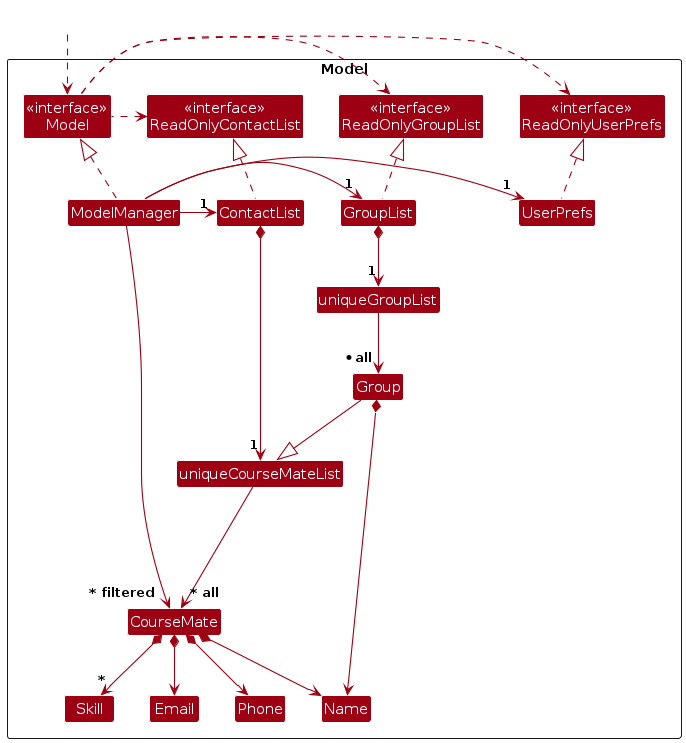
This is diagrams/ModelClassDiagram.png from benson1029/tp, a PlantUML export, as it was before one commit. Its source is kept beside it as diagrams/ModelClassDiagram.puml.
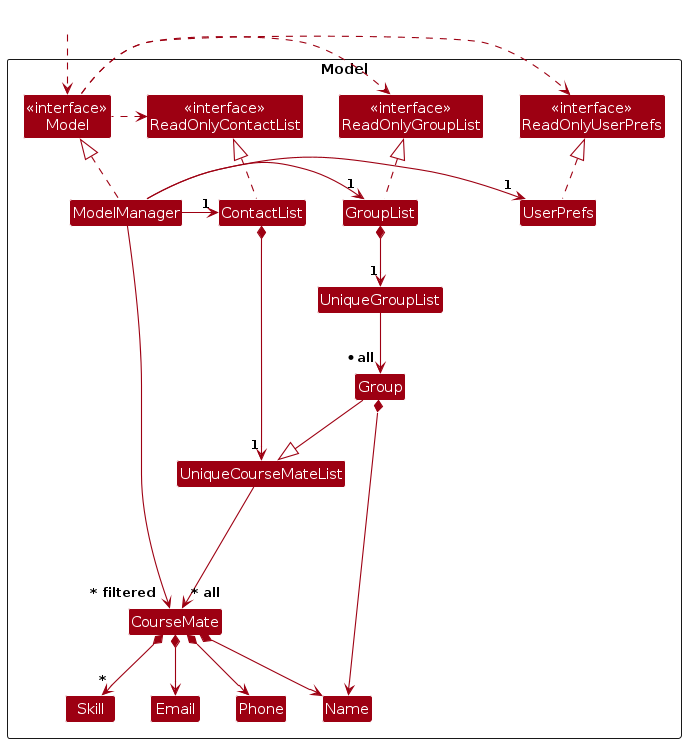
The same diagram one commit later.

What changed in the source:
```diff
@@ -14,14 +14,14 @@
 Class UserPrefs
 Class GroupList
 
-Class uniqueCourseMateList
+Class UniqueCourseMateList
 Class CourseMate
 Class Email
 Class Name
 Class Phone
 Class Skill
 
-Class uniqueGroupList
+Class UniqueGroupList
 Class Group
 
 Class I #FFFFFF
@@ -42,20 +42,20 @@
 UserPrefs .up.|> ReadOnlyUserPrefs
 GroupList .up.|> ReadOnlyGroupList
 
-ContactList *--> "1" uniqueCourseMateList
-uniqueCourseMateList --> "~* all" CourseMate
+ContactList *--> "1" UniqueCourseMateList
+UniqueCourseMateList --> "~* all" CourseMate
 CourseMate *--> Name
 CourseMate *--> Phone
 CourseMate *--> Email
 CourseMate *--> "*" Skill
 
-GroupList *--> "1" uniqueGroupList
-uniqueGroupList --> "* all" Group
-Group --|> uniqueCourseMateList
+GroupList *--> "1" UniqueGroupList
+UniqueGroupList --> "* all" Group
+Group --|> UniqueCourseMateList
 Group *--> Name
 
 CourseMate -[hidden]up--> I
-uniqueCourseMateList -[hidden]right-> I
+UniqueCourseMateList -[hidden]right-> I
 
 Name -[hidden]right-> Phone
 ModelManager --> "~* filtered" CourseMate
```
